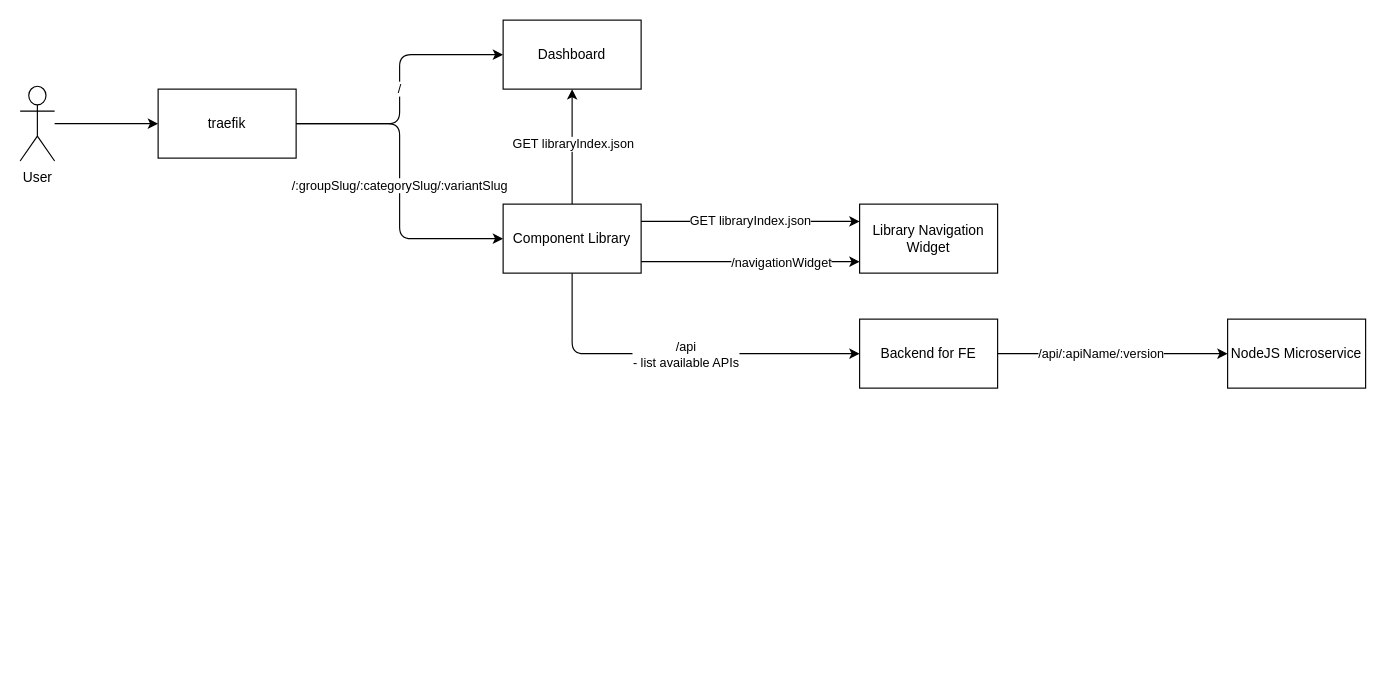
This is wiki/local-development-setup.drawio from paulAlexSerban/wbk--frontend-playground, a draw.io file, before an edit. Source tidied: cells renumbered, new cells numbered last; positions are measured from the earlier drawing's top-left corner, leaving out a move shared by most shapes. Both pictures are drawn from the tidied source at 115%, with x=0, y=0 at pixel (20, 20).
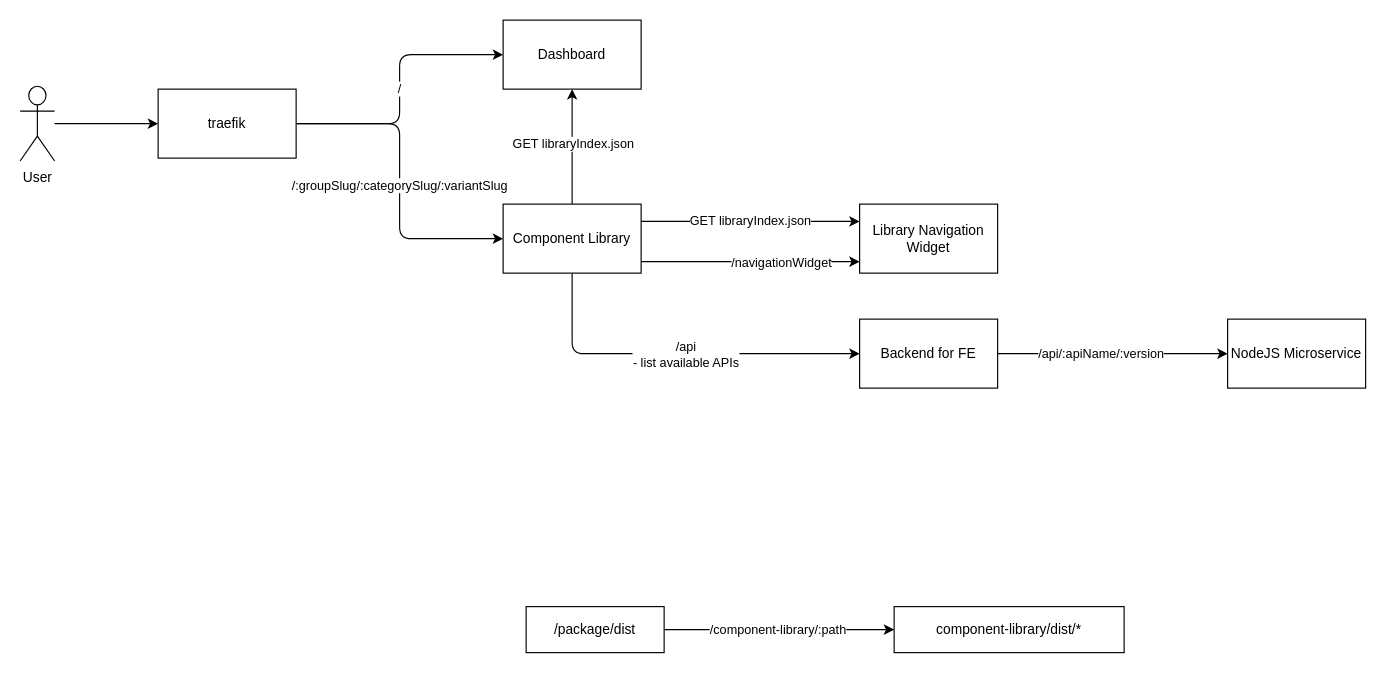
The same diagram, later.

Change to the diagram source:
```diff
@@
+    <mxCell id="23" style="edgeStyle=orthogonalEdgeStyle;html=1;startArrow=none;startFill=0;endArrow=classic;endFill=1;" parent="1" edge="1" source="25" target="26">
+      <mxGeometry relative="1" as="geometry" />
+    </mxCell>
+    <mxCell id="24" value="/component-library/:path" style="edgeLabel;html=1;align=center;verticalAlign=middle;" parent="23" vertex="1">
+      <mxGeometry x="-0.02" y="1" relative="1" as="geometry" />
+    </mxCell>
+    <mxCell id="25" value="/package/dist" style="whiteSpace=wrap;html=1;" parent="1" vertex="1">
+      <mxGeometry x="440" y="510" width="120" height="40" as="geometry" />
+    </mxCell>
+    <mxCell id="26" value="component-library/dist/*" style="whiteSpace=wrap;html=1;" parent="1" vertex="1">
+      <mxGeometry x="760" y="510" width="200" height="40" as="geometry" />
+    </mxCell>
```
